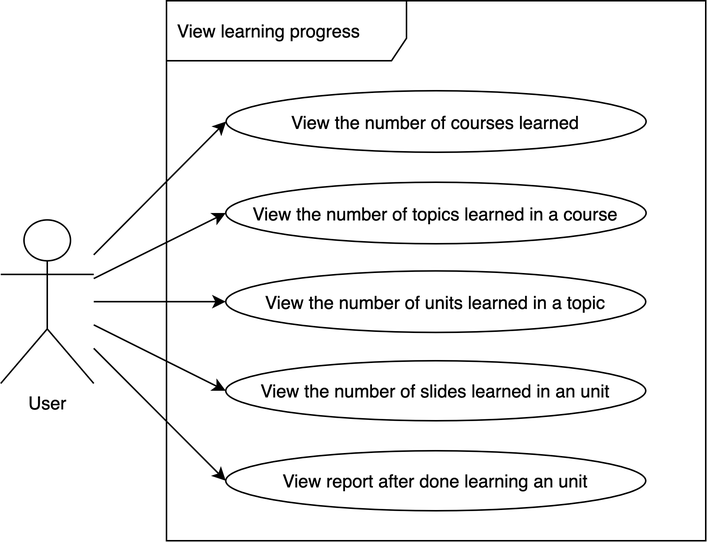
linhabc/Learning_viet keeps this draw.io diagram as diagram-Usecase: View learning progress.png. Above is the earlier version. Source tidied: cells renumbered, new cells last; positions are measured from the earlier drawing's top-left corner, leaving out a move shared by most shapes. The source it was exported from:
```xml
<mxGraphModel>
  <root>
    <mxCell id="0" />
    <mxCell id="1" parent="0" />
    <mxCell id="2" value="View learning progress" style="shape=umlFrame;whiteSpace=wrap;html=1;width=160;height=40;boundedLbl=1;verticalAlign=middle;align=left;spacingLeft=5;" parent="1" vertex="1">
      <mxGeometry x="110.5" width="359.5" height="360" as="geometry" />
    </mxCell>
    <mxCell id="3" style="edgeStyle=none;rounded=0;sketch=0;jettySize=auto;html=1;entryX=0;entryY=0.5;entryDx=0;entryDy=0;shadow=0;endArrow=classic;endFill=1;" parent="1" edge="1" source="6" target="7">
      <mxGeometry relative="1" as="geometry" />
    </mxCell>
    <mxCell id="4" style="edgeStyle=none;rounded=0;sketch=0;jettySize=auto;html=1;entryX=0;entryY=0.5;entryDx=0;entryDy=0;shadow=0;endArrow=classic;endFill=1;" parent="1" edge="1" source="6" target="8">
      <mxGeometry relative="1" as="geometry" />
    </mxCell>
    <mxCell id="5" style="edgeStyle=none;rounded=0;sketch=0;jettySize=auto;html=1;entryX=0;entryY=0.5;entryDx=0;entryDy=0;shadow=0;endArrow=classic;endFill=1;" parent="1" edge="1" source="6" target="9">
      <mxGeometry relative="1" as="geometry" />
    </mxCell>
    <mxCell id="6" value="User" style="shape=umlActor;verticalLabelPosition=bottom;verticalAlign=top;html=1;" parent="1" vertex="1">
      <mxGeometry y="146.1" width="62" height="109" as="geometry" />
    </mxCell>
    <mxCell id="7" value="View the number of slides learned in an unit" style="ellipse;whiteSpace=wrap;html=1;" parent="1" vertex="1">
      <mxGeometry x="150" y="240" width="280" height="40" as="geometry" />
    </mxCell>
    <mxCell id="8" value="View report after done learning an unit" style="ellipse;whiteSpace=wrap;html=1;" parent="1" vertex="1">
      <mxGeometry x="150" y="300" width="280" height="40" as="geometry" />
    </mxCell>
    <mxCell id="9" value="View the number of courses learned" style="ellipse;whiteSpace=wrap;html=1;" parent="1" vertex="1">
      <mxGeometry x="150.2" y="60" width="280" height="41" as="geometry" />
    </mxCell>
    <mxCell id="10" style="edgeStyle=none;rounded=0;sketch=0;jettySize=auto;html=1;entryX=0;entryY=0.5;entryDx=0;entryDy=0;shadow=0;endArrow=classic;endFill=1;" parent="1" edge="1" source="6" target="11">
      <mxGeometry relative="1" as="geometry" />
    </mxCell>
    <mxCell id="11" value="View the number of topics learned in a course" style="ellipse;whiteSpace=wrap;html=1;" parent="1" vertex="1">
      <mxGeometry x="150" y="121" width="280.2" height="41" as="geometry" />
    </mxCell>
    <mxCell id="12" style="edgeStyle=none;rounded=0;sketch=0;jettySize=auto;html=1;entryX=0;entryY=0.5;entryDx=0;entryDy=0;shadow=0;endArrow=classic;endFill=1;" parent="1" edge="1" source="6" target="13">
      <mxGeometry relative="1" as="geometry" />
    </mxCell>
    <mxCell id="13" value="View the number of units learned in a topic" style="ellipse;whiteSpace=wrap;html=1;" parent="1" vertex="1">
      <mxGeometry x="150" y="180.1" width="280" height="41" as="geometry" />
    </mxCell>
  </root>
</mxGraphModel>
```
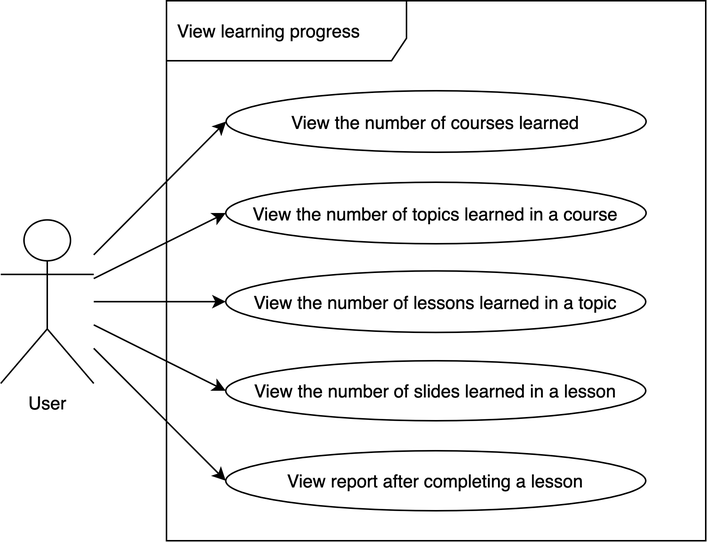
Later version of the same file.

The edit, as a diff of the source:
```diff
@@ -17,10 +17,10 @@
     <mxCell id="6" value="User" style="shape=umlActor;verticalLabelPosition=bottom;verticalAlign=top;html=1;" parent="1" vertex="1">
       <mxGeometry y="146.1" width="62" height="109" as="geometry" />
     </mxCell>
-    <mxCell id="7" value="View the number of slides learned in an unit" style="ellipse;whiteSpace=wrap;html=1;" parent="1" vertex="1">
+    <mxCell id="7" value="View the number of slides learned in a lesson" style="ellipse;whiteSpace=wrap;html=1;" parent="1" vertex="1">
       <mxGeometry x="150" y="240" width="280" height="40" as="geometry" />
     </mxCell>
-    <mxCell id="8" value="View report after done learning an unit" style="ellipse;whiteSpace=wrap;html=1;" parent="1" vertex="1">
+    <mxCell id="8" value="View report after completing a lesson" style="ellipse;whiteSpace=wrap;html=1;" parent="1" vertex="1">
       <mxGeometry x="150" y="300" width="280" height="40" as="geometry" />
     </mxCell>
     <mxCell id="9" value="View the number of courses learned" style="ellipse;whiteSpace=wrap;html=1;" parent="1" vertex="1">
@@ -35,7 +35,7 @@
     <mxCell id="12" style="edgeStyle=none;rounded=0;sketch=0;jettySize=auto;html=1;entryX=0;entryY=0.5;entryDx=0;entryDy=0;shadow=0;endArrow=classic;endFill=1;" parent="1" edge="1" source="6" target="13">
       <mxGeometry relative="1" as="geometry" />
     </mxCell>
-    <mxCell id="13" value="View the number of units learned in a topic" style="ellipse;whiteSpace=wrap;html=1;" parent="1" vertex="1">
+    <mxCell id="13" value="View the number of lessons learned in a topic" style="ellipse;whiteSpace=wrap;html=1;" parent="1" vertex="1">
       <mxGeometry x="150" y="180.1" width="280" height="41" as="geometry" />
     </mxCell>
   </root>
```
